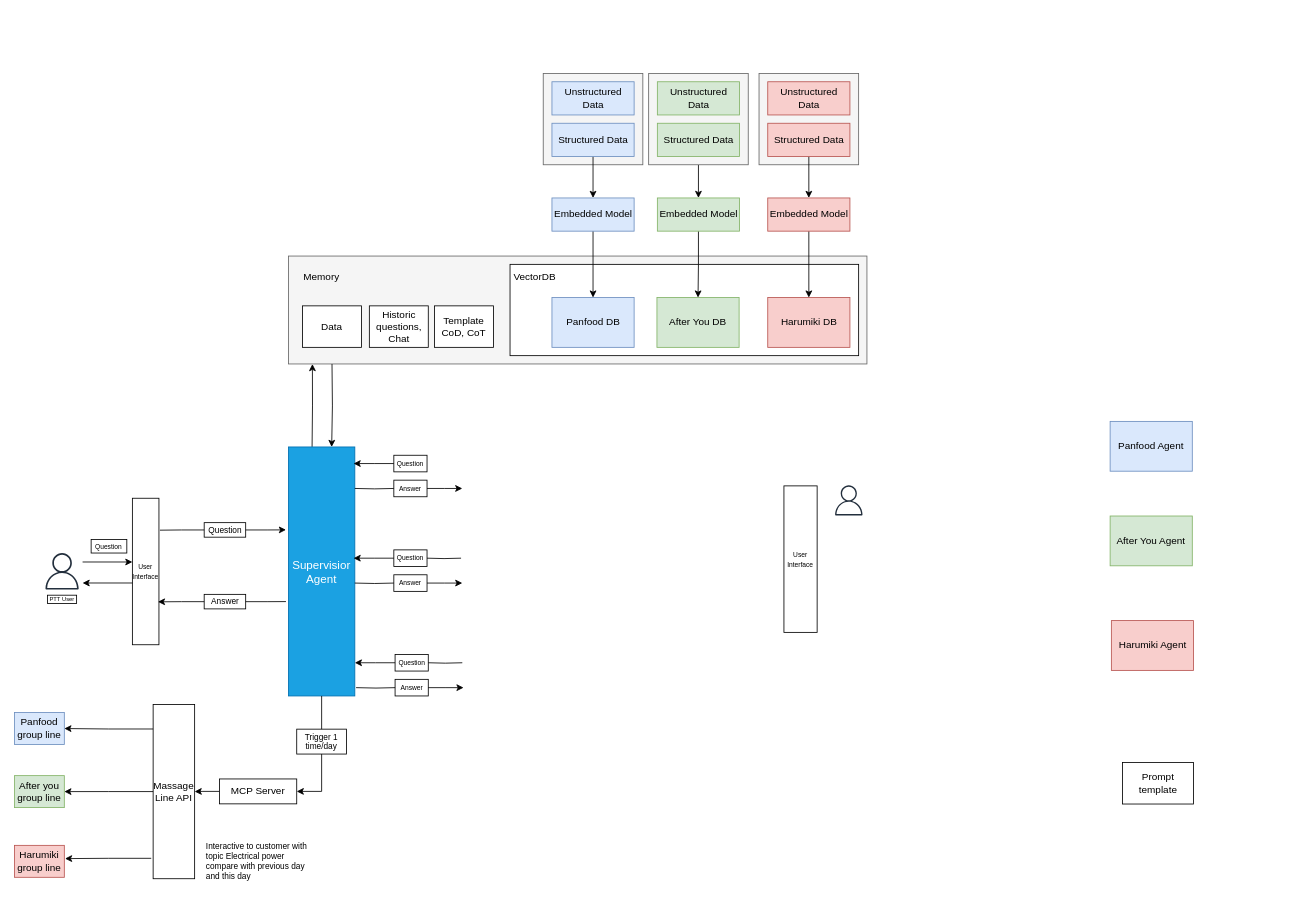
Earlier version of the draw.io diagram Untitled Diagram.drawio (YYanasorn/crud_app). Source tidied: cells renumbered, new cells numbered last; positions are measured from the earlier drawing's top-left corner, leaving out a move shared by most shapes. Both pictures are drawn from the tidied source at 83%, with x=0, y=0 at pixel (14, 73).
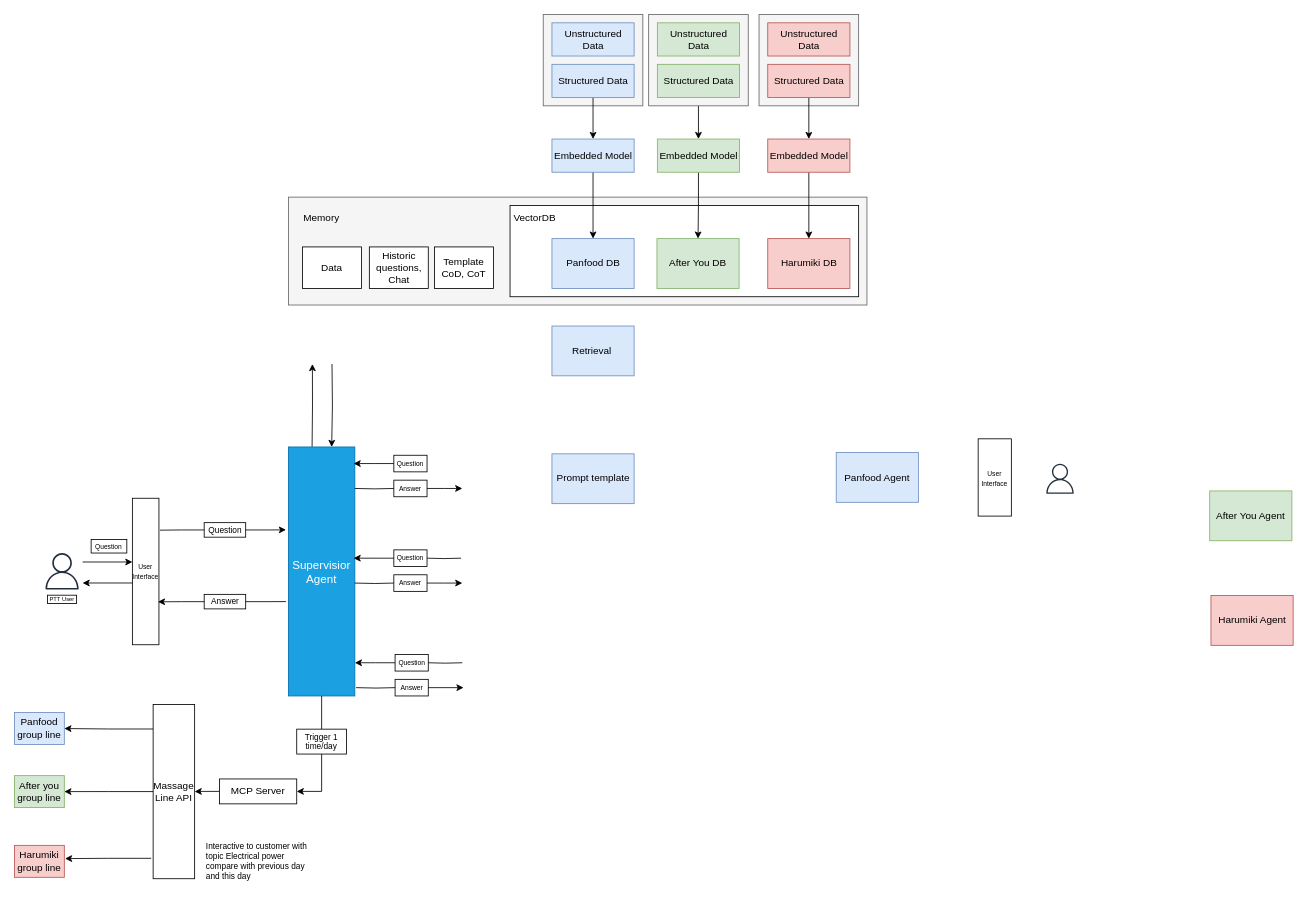
After the change.

The edit, as a diff of the source:
```diff
@@
     <mxCell id="10" value="Panfood Agent" style="rounded=0;whiteSpace=wrap;html=1;flipH=1;flipV=1;fillColor=#dae8fc;strokeColor=#6c8ebf;" parent="1" vertex="1">
-      <mxGeometry x="1320" y="419.2" width="99" height="60" as="geometry" />
+      <mxGeometry x="990" y="456.7" width="99" height="60" as="geometry" />
     </mxCell>
@@
     <mxCell id="15" style="rounded=0;whiteSpace=wrap;html=1;fillColor=#f5f5f5;fontColor=#333333;strokeColor=#666666;" parent="1" vertex="1">
-      <mxGeometry x="330" y="220" width="697" height="130" as="geometry" />
+      <mxGeometry x="330" y="149" width="697" height="130" as="geometry" />
     </mxCell>
@@
     <mxCell id="17" value="After You Agent" style="rounded=0;whiteSpace=wrap;html=1;flipH=1;flipV=1;fillColor=#d5e8d4;strokeColor=#82b366;" parent="1" vertex="1">
-      <mxGeometry x="1320" y="533.2" width="99" height="60" as="geometry" />
+      <mxGeometry x="1440" y="503" width="99" height="60" as="geometry" />
     </mxCell>
@@
     <mxCell id="24" value="Harumiki Agent" style="rounded=0;whiteSpace=wrap;html=1;flipH=1;flipV=1;fillColor=#f8cecc;strokeColor=#b85450;" parent="1" vertex="1">
-      <mxGeometry x="1321.5" y="659.2" width="99" height="60" as="geometry" />
+      <mxGeometry x="1441.5" y="629" width="99" height="60" as="geometry" />
     </mxCell>
@@
     <mxCell id="30" value="Memory" style="text;html=1;align=center;verticalAlign=middle;whiteSpace=wrap;rounded=0;" parent="1" vertex="1">
-      <mxGeometry x="340" y="230" width="60" height="30" as="geometry" />
+      <mxGeometry x="340" y="159" width="60" height="30" as="geometry" />
     </mxCell>
     <mxCell id="31" value="Data" style="rounded=0;whiteSpace=wrap;html=1;" parent="1" vertex="1">
-      <mxGeometry x="347" y="280" width="71" height="50" as="geometry" />
+      <mxGeometry x="347" y="209" width="71" height="50" as="geometry" />
     </mxCell>
     <mxCell id="32" value="Historic questions,&lt;div&gt;Chat&lt;/div&gt;" style="rounded=0;whiteSpace=wrap;html=1;" parent="1" vertex="1">
-      <mxGeometry x="427.5" y="280" width="71" height="50" as="geometry" />
+      <mxGeometry x="427.5" y="209" width="71" height="50" as="geometry" />
     </mxCell>
     <mxCell id="33" style="rounded=0;whiteSpace=wrap;html=1;" parent="1" vertex="1">
-      <mxGeometry x="597" y="230" width="420" height="110" as="geometry" />
+      <mxGeometry x="597" y="159" width="420" height="110" as="geometry" />
     </mxCell>
@@
     <mxCell id="41" style="sketch=0;fontColor=#232F3E;gradientColor=none;fillColor=#232F3D;strokeColor=none;dashed=0;verticalLabelPosition=bottom;verticalAlign=top;align=center;html=1;fontSize=12;fontStyle=0;shape=mxgraph.aws4.user;" parent="1" vertex="1">
-      <mxGeometry x="987" y="496.2" width="36.3" height="36.3" as="geometry" />
+      <mxGeometry x="1241.5" y="470.2" width="36.3" height="36.3" as="geometry" />
     </mxCell>
@@
-    <mxCell id="47" value="Prompt template" style="rounded=0;whiteSpace=wrap;html=1;" parent="1" vertex="1">
-      <mxGeometry x="1335" y="830.2" width="85.5" height="50" as="geometry" />
-    </mxCell>
     <mxCell id="48" value="VectorDB" style="text;html=1;align=center;verticalAlign=middle;whiteSpace=wrap;rounded=0;" parent="1" vertex="1">
-      <mxGeometry x="597" y="230" width="60" height="30" as="geometry" />
+      <mxGeometry x="597" y="159" width="60" height="30" as="geometry" />
     </mxCell>
     <mxCell id="49" value="Panfood DB" style="rounded=0;whiteSpace=wrap;html=1;flipH=1;flipV=1;fillColor=#dae8fc;strokeColor=#6c8ebf;" parent="1" vertex="1">
-      <mxGeometry x="647.5" y="270" width="99" height="60" as="geometry" />
+      <mxGeometry x="647.5" y="199" width="99" height="60" as="geometry" />
     </mxCell>
     <mxCell id="50" value="After You DB" style="rounded=0;whiteSpace=wrap;html=1;flipH=1;flipV=1;fillColor=#d5e8d4;strokeColor=#82b366;" parent="1" vertex="1">
-      <mxGeometry x="774" y="270" width="99" height="60" as="geometry" />
+      <mxGeometry x="774" y="199" width="99" height="60" as="geometry" />
     </mxCell>
     <mxCell id="51" value="Harumiki DB" style="rounded=0;whiteSpace=wrap;html=1;flipH=1;flipV=1;fillColor=#f8cecc;strokeColor=#b85450;" parent="1" vertex="1">
-      <mxGeometry x="907.5" y="270" width="99" height="60" as="geometry" />
+      <mxGeometry x="907.5" y="199" width="99" height="60" as="geometry" />
     </mxCell>
     <mxCell id="52" style="rounded=0;whiteSpace=wrap;html=1;fillColor=#f5f5f5;fontColor=#333333;strokeColor=#666666;" parent="1" vertex="1">
-      <mxGeometry x="637" width="120" height="110" as="geometry" />
+      <mxGeometry x="637" y="-71" width="120" height="110" as="geometry" />
     </mxCell>
@@
     <mxCell id="54" value="Structured Data" style="rounded=0;whiteSpace=wrap;html=1;flipH=1;flipV=1;fillColor=#dae8fc;strokeColor=#6c8ebf;" parent="1" vertex="1">
-      <mxGeometry x="647.5" y="60" width="99" height="40" as="geometry" />
+      <mxGeometry x="647.5" y="-11" width="99" height="40" as="geometry" />
     </mxCell>
     <mxCell id="55" value="Unstructured Data" style="rounded=0;whiteSpace=wrap;html=1;flipH=1;flipV=1;fillColor=#dae8fc;strokeColor=#6c8ebf;" parent="1" vertex="1">
-      <mxGeometry x="647.5" y="10" width="99" height="40" as="geometry" />
+      <mxGeometry x="647.5" y="-61" width="99" height="40" as="geometry" />
     </mxCell>
@@
     <mxCell id="57" value="&lt;font style=&quot;font-size: 8px;&quot;&gt;User Interface&lt;/font&gt;" style="text;strokeColor=default;align=center;fillColor=none;html=1;verticalAlign=middle;whiteSpace=wrap;rounded=0;fontSize=10;" parent="1" vertex="1">
-      <mxGeometry x="927" y="496.9" width="40" height="176.5" as="geometry" />
+      <mxGeometry x="1161" y="440.2" width="40" height="93.1" as="geometry" />
     </mxCell>
     <mxCell id="58" value="Template&lt;br&gt;CoD, CoT" style="rounded=0;whiteSpace=wrap;html=1;" parent="1" vertex="1">
-      <mxGeometry x="506" y="280" width="71" height="50" as="geometry" />
+      <mxGeometry x="506" y="209" width="71" height="50" as="geometry" />
     </mxCell>
@@
     <mxCell id="60" style="rounded=0;whiteSpace=wrap;html=1;fillColor=#f5f5f5;fontColor=#333333;strokeColor=#666666;" parent="1" vertex="1">
-      <mxGeometry x="764" width="120" height="110" as="geometry" />
+      <mxGeometry x="764" y="-71" width="120" height="110" as="geometry" />
     </mxCell>
@@
     <mxCell id="62" value="Embedded Model" style="rounded=0;whiteSpace=wrap;html=1;flipH=1;flipV=1;fillColor=#d5e8d4;strokeColor=#82b366;" parent="1" vertex="1">
-      <mxGeometry x="774.5" y="150" width="99" height="40" as="geometry" />
+      <mxGeometry x="774.5" y="79" width="99" height="40" as="geometry" />
     </mxCell>
     <mxCell id="63" value="Structured Data" style="rounded=0;whiteSpace=wrap;html=1;flipH=1;flipV=1;fillColor=#d5e8d4;strokeColor=#82b366;" parent="1" vertex="1">
-      <mxGeometry x="774.5" y="60" width="99" height="40" as="geometry" />
+      <mxGeometry x="774.5" y="-11" width="99" height="40" as="geometry" />
     </mxCell>
     <mxCell id="64" value="Unstructured Data" style="rounded=0;whiteSpace=wrap;html=1;flipH=1;flipV=1;fillColor=#d5e8d4;strokeColor=#82b366;" parent="1" vertex="1">
-      <mxGeometry x="774.5" y="10" width="99" height="40" as="geometry" />
+      <mxGeometry x="774.5" y="-61" width="99" height="40" as="geometry" />
     </mxCell>
     <mxCell id="65" style="rounded=0;whiteSpace=wrap;html=1;fillColor=#f5f5f5;fontColor=#333333;strokeColor=#666666;" parent="1" vertex="1">
-      <mxGeometry x="897" width="120" height="110" as="geometry" />
+      <mxGeometry x="897" y="-71" width="120" height="110" as="geometry" />
     </mxCell>
@@
     <mxCell id="67" value="Embedded Model" style="rounded=0;whiteSpace=wrap;html=1;flipH=1;flipV=1;fillColor=#f8cecc;strokeColor=#b85450;" parent="1" vertex="1">
-      <mxGeometry x="907.5" y="150" width="99" height="40" as="geometry" />
+      <mxGeometry x="907.5" y="79" width="99" height="40" as="geometry" />
     </mxCell>
@@
     <mxCell id="69" value="Structured Data" style="rounded=0;whiteSpace=wrap;html=1;flipH=1;flipV=1;fillColor=#f8cecc;strokeColor=#b85450;" parent="1" vertex="1">
-      <mxGeometry x="907.5" y="60" width="99" height="40" as="geometry" />
+      <mxGeometry x="907.5" y="-11" width="99" height="40" as="geometry" />
     </mxCell>
     <mxCell id="70" value="Unstructured Data" style="rounded=0;whiteSpace=wrap;html=1;flipH=1;flipV=1;fillColor=#f8cecc;strokeColor=#b85450;" parent="1" vertex="1">
-      <mxGeometry x="907.5" y="10" width="99" height="40" as="geometry" />
+      <mxGeometry x="907.5" y="-61" width="99" height="40" as="geometry" />
     </mxCell>
@@
     <mxCell id="72" value="Embedded Model" style="rounded=0;whiteSpace=wrap;html=1;flipH=1;flipV=1;fillColor=#dae8fc;strokeColor=#6c8ebf;" parent="1" vertex="1">
-      <mxGeometry x="647.5" y="150" width="99" height="40" as="geometry" />
+      <mxGeometry x="647.5" y="79" width="99" height="40" as="geometry" />
     </mxCell>
@@
+    <mxCell id="81" value="Retrieval&amp;nbsp;" style="rounded=0;whiteSpace=wrap;html=1;flipH=1;flipV=1;fillColor=#dae8fc;strokeColor=#6c8ebf;" parent="1" vertex="1">
+      <mxGeometry x="647.5" y="304.3" width="99" height="60" as="geometry" />
+    </mxCell>
+    <mxCell id="47" value="Prompt template" style="rounded=0;whiteSpace=wrap;html=1;flipH=1;flipV=1;fillColor=#dae8fc;strokeColor=#6c8ebf;" parent="1" vertex="1">
+      <mxGeometry x="647.5" y="458.3" width="99" height="60" as="geometry" />
+    </mxCell>
```
